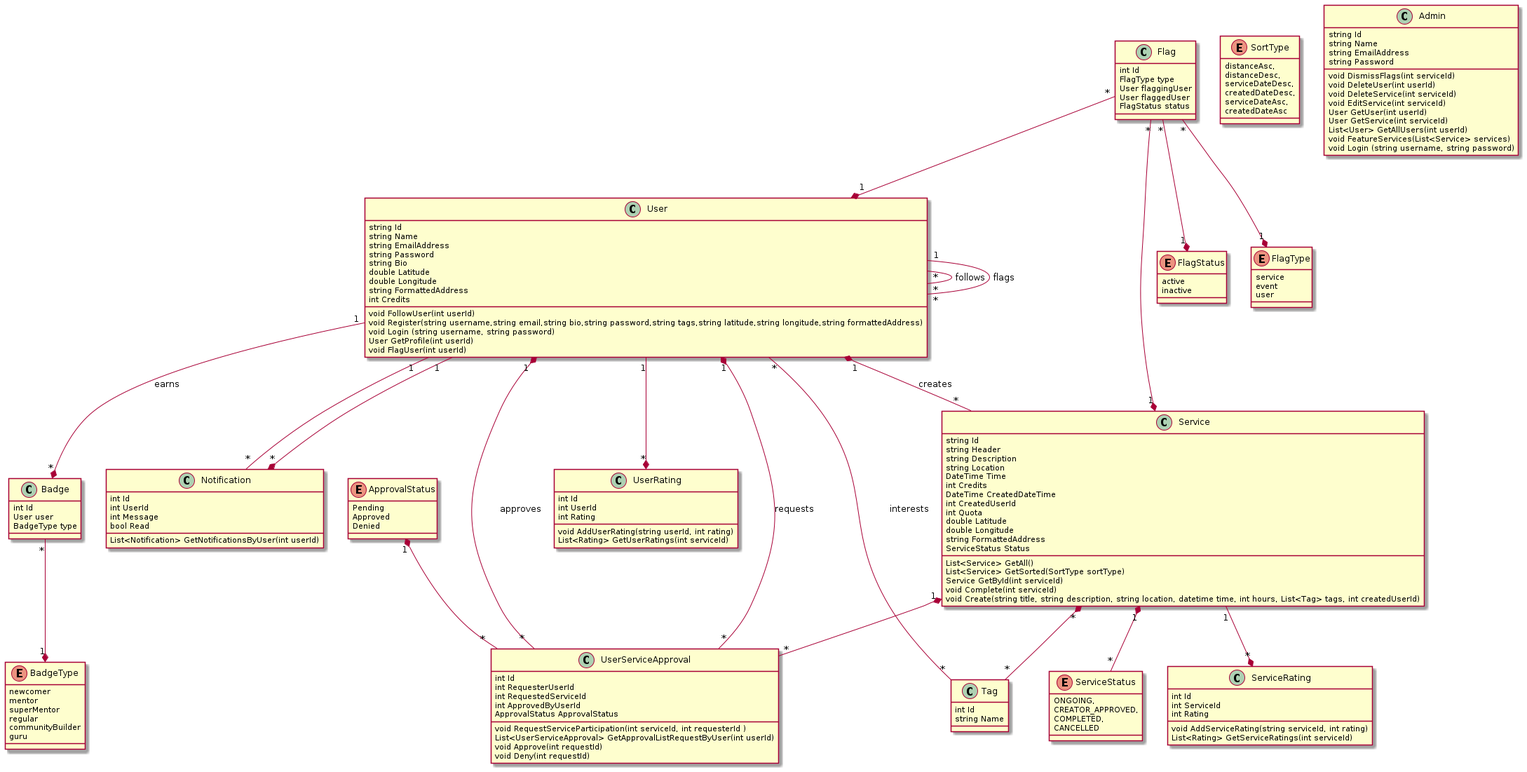
Above: diagrams/class-diagram.png in zeyneplervesarp/swe574-javagang (PlantUML), before the change.
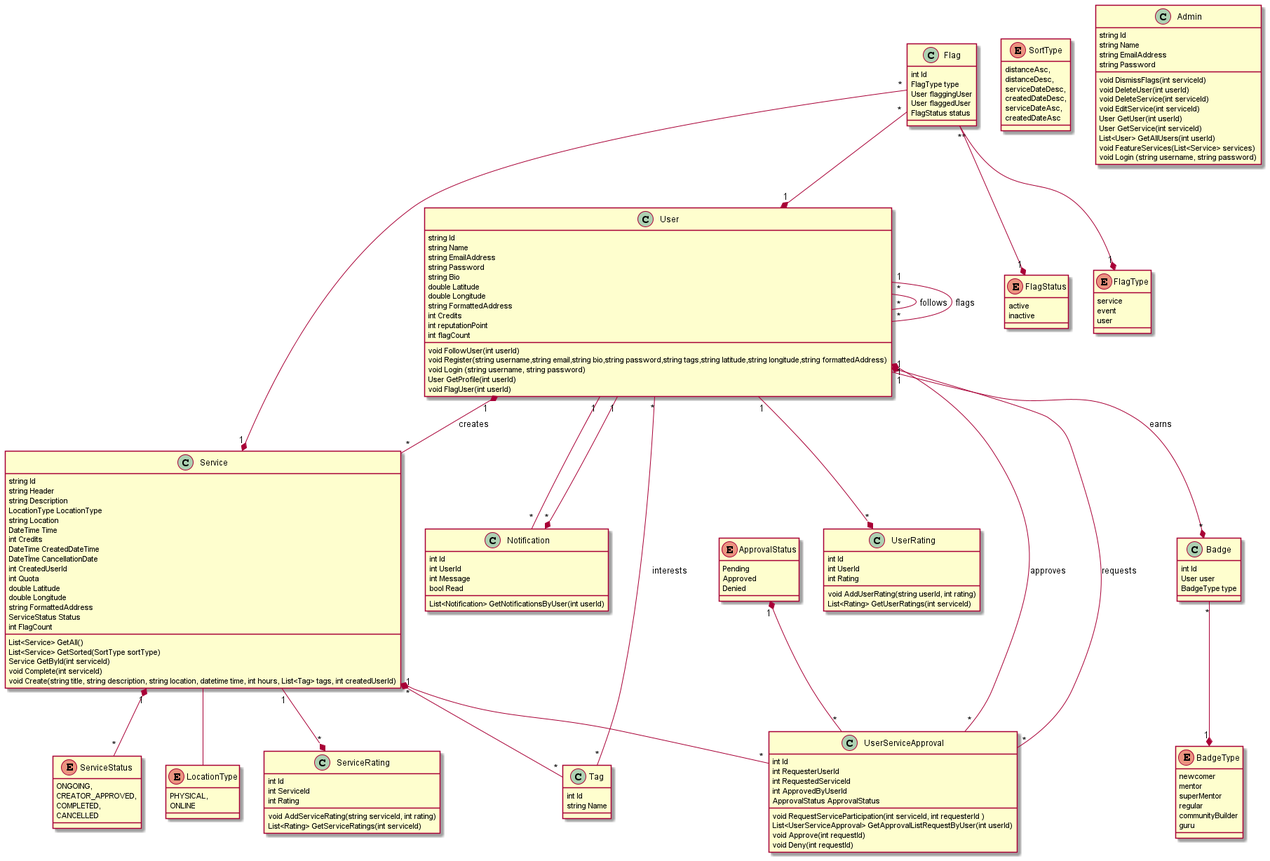
Above is the later version.

The edit, as a diff of the source:
```diff
@@ -1,4 +1,4 @@
-@startuml
+@startuml Class
 class User {
     string Id
     string Name
@@ -9,6 +9,9 @@
     double Longitude
     string FormattedAddress
     int Credits
+    int reputationPoint
+    int flagCount
+
 
     void FollowUser(int userId)
     void Register(string username,string email,string bio,string password,string tags,string latitude,string longitude,string formattedAddress)
@@ -31,16 +34,19 @@
     string Id
     string Header
     string Description
+    LocationType LocationType
     string Location
     DateTime Time
     int Credits
     DateTime CreatedDateTime
+    DateTİme CancellationDate
     int CreatedUserId
     int Quota
     double Latitude
     double Longitude
     string FormattedAddress
     ServiceStatus Status
+    int FlagCount
     List<Service> GetAll()
     List<Service> GetSorted(SortType sortType)
     Service GetById(int serviceId)
@@ -51,6 +57,12 @@
 
 Service "*" *-- "*" Tag
 Service "1" *-- "*" ServiceStatus
+Service -- LocationType
+
+enum LocationType {
+    PHYSICAL,
+    ONLINE
+}
 
 enum ServiceStatus
 {
@@ -70,7 +82,7 @@
     createdDateAsc
 }
 
-class Tag{
+class Tag {
     int Id
     string Name
 }
@@ -194,4 +206,5 @@
 Flag "*" --* "1" FlagStatus
 Flag "*" --* "1" Service
 Flag "*" --* "1" User
+
 @enduml
```
